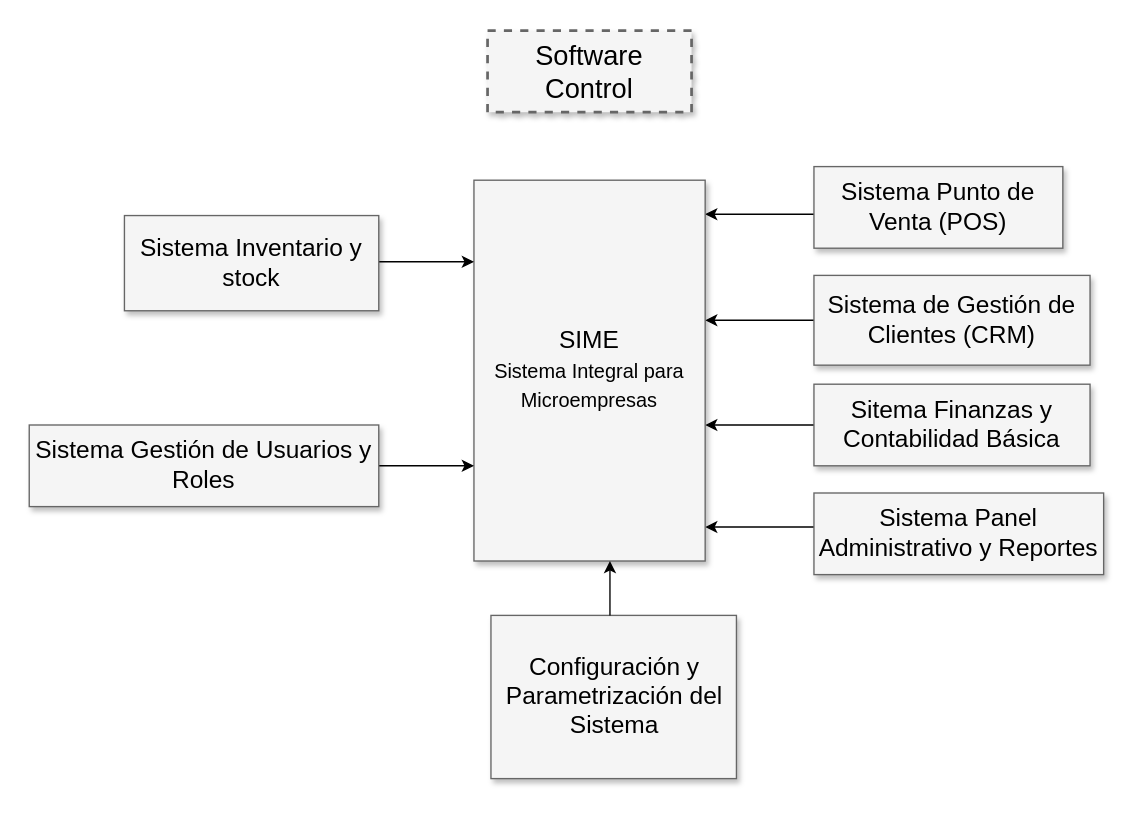
DatrixYB/SIME keeps this draw.io diagram as DiagramaProcesos.drawio. Above is the earlier version. Source tidied: cells renumbered, new cells numbered last; positions are measured from the earlier drawing's top-left corner, leaving out a move shared by most shapes. Both pictures are drawn from the tidied source at 136%, with x=0, y=0 at pixel (29, 30).
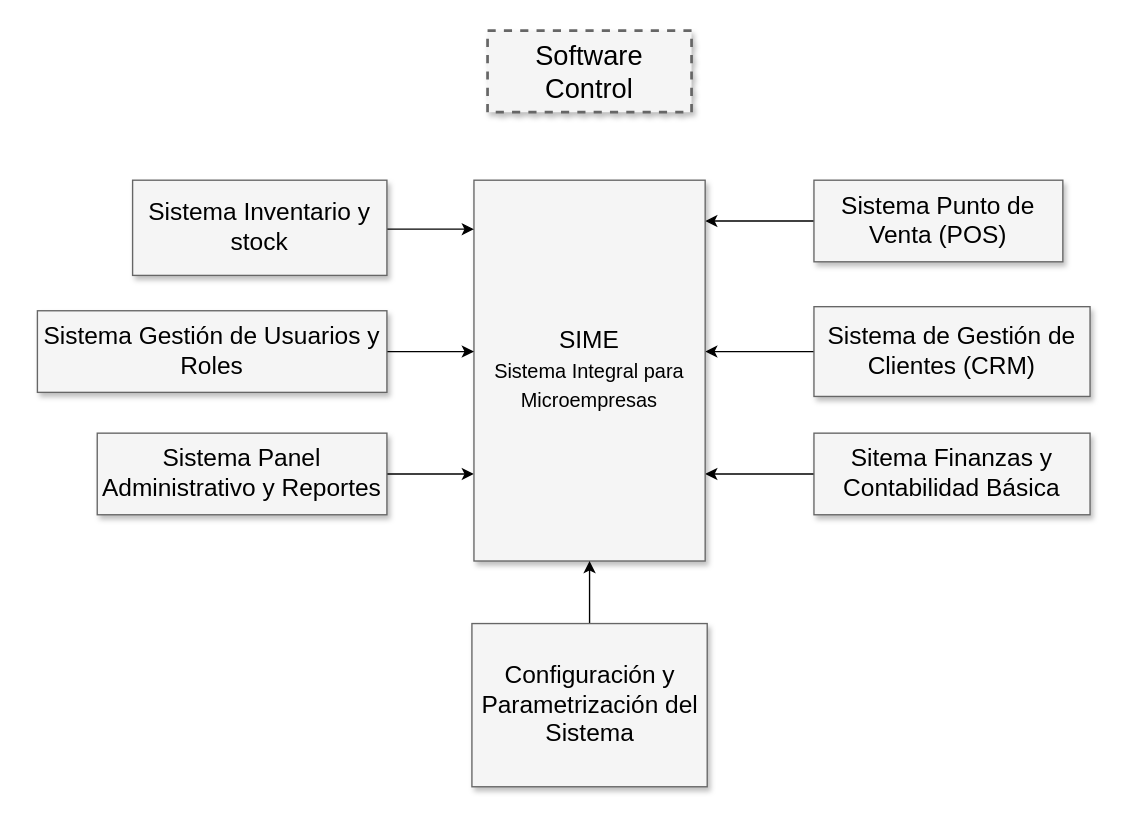
After the change.

Unchanged cells that the change refers to:
```xml
<mxCell id="7" value="SIME&lt;div&gt;&lt;span style=&quot;font-size: 11pt; line-height: 115%; font-family: Calibri, sans-serif;&quot; lang=&quot;ES-MX&quot;&gt;Sistema Integral para&lt;br/&gt;Microempresas&lt;/span&gt;&lt;/div&gt;" style="whiteSpace=wrap;html=1;shadow=1;fontSize=18;fillColor=#f5f5f5;strokeColor=#666666;" parent="1" vertex="1">
  <mxGeometry x="327" y="110" width="170" height="280" as="geometry" />
</mxCell>
```

Diff of the diagram source:
```diff
@@
     <mxCell id="8" value="Sistema&amp;nbsp;&lt;span style=&quot;background-color: transparent; color: light-dark(rgb(0, 0, 0), rgb(255, 255, 255));&quot;&gt;Punto de Venta (POS)&lt;/span&gt;" style="whiteSpace=wrap;html=1;shadow=1;fontSize=18;fillColor=#f5f5f5;strokeColor=#666666;" parent="1" vertex="1">
-      <mxGeometry x="577" y="100" width="183" height="60" as="geometry" />
+      <mxGeometry x="577" y="110" width="183" height="60" as="geometry" />
     </mxCell>
     <mxCell id="9" value="Sistema de&amp;nbsp;&lt;span style=&quot;background-color: transparent; color: light-dark(rgb(0, 0, 0), rgb(255, 255, 255));&quot;&gt;Gestión de Clientes (CRM)&lt;/span&gt;" style="whiteSpace=wrap;html=1;shadow=1;fontSize=18;fillColor=#f5f5f5;strokeColor=#666666;" parent="1" vertex="1">
-      <mxGeometry x="577" y="180" width="203" height="66" as="geometry" />
+      <mxGeometry x="577" y="203" width="203" height="66" as="geometry" />
     </mxCell>
     <mxCell id="10" value="Sitema&amp;nbsp;Finanzas y Contabilidad Básica" style="whiteSpace=wrap;html=1;shadow=1;fontSize=18;fillColor=#f5f5f5;strokeColor=#666666;" parent="1" vertex="1">
-      <mxGeometry x="577" y="260" width="203" height="60" as="geometry" />
+      <mxGeometry x="577" y="296" width="203" height="60" as="geometry" />
     </mxCell>
     <mxCell id="11" value="Sistema&amp;nbsp;Panel Administrativo y Reportes" style="whiteSpace=wrap;html=1;shadow=1;fontSize=18;fillColor=#f5f5f5;strokeColor=#666666;" parent="1" vertex="1">
-      <mxGeometry x="577" y="340" width="213" height="60" as="geometry" />
+      <mxGeometry x="50" y="296" width="213" height="60" as="geometry" />
     </mxCell>
     <mxCell id="12" style="edgeStyle=elbowEdgeStyle;rounded=0;html=1;startArrow=none;startFill=0;jettySize=auto;fontSize=18;elbow=vertical;" parent="1" edge="1" source="13" target="7">
       <mxGeometry relative="1" as="geometry">
         <Array as="points">
-          <mxPoint x="297" y="170" />
+          <mxPoint x="297" y="146" />
         </Array>
       </mxGeometry>
     </mxCell>
     <mxCell id="13" value="Sistema Inventario y stock" style="whiteSpace=wrap;html=1;shadow=1;fontSize=18;fillColor=#f5f5f5;strokeColor=#666666;" parent="1" vertex="1">
-      <mxGeometry x="70" y="136" width="187" height="70" as="geometry" />
+      <mxGeometry x="76" y="110" width="187" height="70" as="geometry" />
     </mxCell>
@@
     <mxCell id="15" value="Sistema&amp;nbsp;&lt;span style=&quot;background-color: transparent; color: light-dark(rgb(0, 0, 0), rgb(255, 255, 255));&quot;&gt;Gestión de Usuarios y Roles&lt;/span&gt;" style="whiteSpace=wrap;html=1;shadow=1;fontSize=18;fillColor=#f5f5f5;strokeColor=#666666;" parent="1" vertex="1">
-      <mxGeometry y="290" width="257" height="60" as="geometry" />
+      <mxGeometry x="6" y="206" width="257" height="60" as="geometry" />
     </mxCell>
+    <mxCell id="18" style="edgeStyle=orthogonalEdgeStyle;rounded=0;jettySize=auto;html=1;" parent="1" edge="1" source="16" target="7">
+      <mxGeometry relative="1" as="geometry" />
+    </mxCell>
     <mxCell id="16" value="Configuración y Parametrización del Sistema" style="whiteSpace=wrap;html=1;shadow=1;fontSize=18;fillColor=#f5f5f5;strokeColor=#666666;" parent="1" vertex="1">
-      <mxGeometry x="339.5" y="430" width="180.5" height="120" as="geometry" />
+      <mxGeometry x="325.5" y="436" width="173" height="120" as="geometry" />
     </mxCell>
-    <mxCell id="17" style="edgeStyle=elbowEdgeStyle;rounded=0;html=1;startArrow=none;startFill=0;jettySize=auto;orthogonalLoop=1;fontSize=18;" parent="1" edge="1">
-      <mxGeometry relative="1" as="geometry">
-        <mxPoint x="427" y="430" as="sourcePoint" />
-        <mxPoint x="427" y="390" as="targetPoint" />
-        <Array as="points">
-          <mxPoint x="427" y="410" />
-          <mxPoint x="427" y="410" />
-        </Array>
-      </mxGeometry>
-    </mxCell>
```
